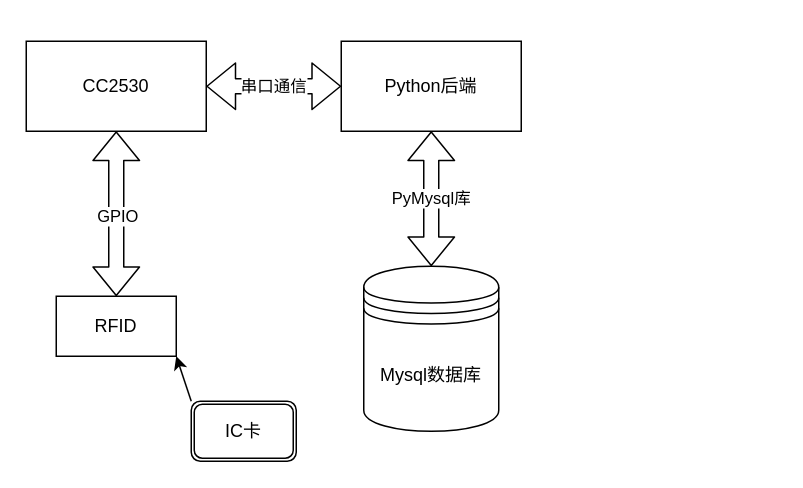
Before: Architecture_Diagram.drawio in Zilanlann/RFID-Toll-System, a draw.io diagram. Source tidied: cells renumbered, new cells numbered last; positions are measured from the earlier drawing's top-left corner, leaving out a move shared by most shapes. Both pictures are drawn from the tidied source at 150%, with x=0, y=0 at pixel (26, 40).
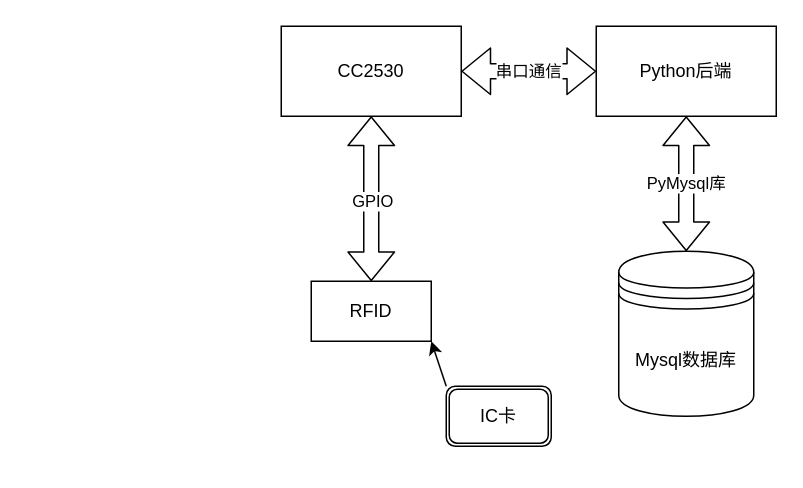
The same diagram, later.

Change to the diagram source:
```diff
@@
 <mxGraphModel>
   <root>
     <mxCell id="0" />
     <mxCell id="1" parent="0" />
+    <mxCell id="12" style="group;" parent="1" vertex="1">
+      <mxGeometry x="170" y="-10" width="330" height="280" as="geometry" />
+    </mxCell>
-    <mxCell id="2" value="Mysql数据库" style="shape=datastore;whiteSpace=wrap;html=1;" parent="1" vertex="1">
+    <mxCell id="2" value="Mysql数据库" style="shape=datastore;whiteSpace=wrap;html=1;" parent="12" vertex="1">
       <mxGeometry x="225" y="150" width="90" height="110" as="geometry" />
     </mxCell>
-    <mxCell id="3" value="CC2530" style="rounded=0;whiteSpace=wrap;html=1;" parent="1" vertex="1">
+    <mxCell id="3" value="CC2530" style="rounded=0;whiteSpace=wrap;html=1;" parent="12" vertex="1">
       <mxGeometry width="120" height="60" as="geometry" />
     </mxCell>
-    <mxCell id="4" value="Python后端" style="rounded=0;whiteSpace=wrap;html=1;" parent="1" vertex="1">
+    <mxCell id="4" value="Python后端" style="rounded=0;whiteSpace=wrap;html=1;" parent="12" vertex="1">
       <mxGeometry x="210" width="120" height="60" as="geometry" />
     </mxCell>
-    <mxCell id="5" value="串口通信" style="shape=flexArrow;endArrow=classic;startArrow=classic;html=1;exitX=1;exitY=0.5;exitDx=0;exitDy=0;entryX=0;entryY=0.5;entryDx=0;entryDy=0;" parent="1" edge="1" source="3" target="4">
+    <mxCell id="5" value="串口通信" style="shape=flexArrow;endArrow=classic;startArrow=classic;html=1;exitX=1;exitY=0.5;exitDx=0;exitDy=0;entryX=0;entryY=0.5;entryDx=0;entryDy=0;" parent="12" edge="1" source="3" target="4">
       <mxGeometry relative="1" as="geometry" />
     </mxCell>
-    <mxCell id="6" value="RFID" style="rounded=0;whiteSpace=wrap;html=1;" parent="1" vertex="1">
+    <mxCell id="6" value="RFID" style="rounded=0;whiteSpace=wrap;html=1;" parent="12" vertex="1">
       <mxGeometry x="20" y="170" width="80" height="40" as="geometry" />
     </mxCell>
-    <mxCell id="7" style="shape=flexArrow;endArrow=classic;startArrow=classic;html=1;entryX=0.5;entryY=1;entryDx=0;entryDy=0;exitX=0.5;exitY=0;exitDx=0;exitDy=0;" parent="1" edge="1" source="6" target="3">
+    <mxCell id="7" style="shape=flexArrow;endArrow=classic;startArrow=classic;html=1;entryX=0.5;entryY=1;entryDx=0;entryDy=0;exitX=0.5;exitY=0;exitDx=0;exitDy=0;" parent="12" edge="1" source="6" target="3">
       <mxGeometry relative="1" as="geometry" />
     </mxCell>
     <mxCell id="8" value="GPIO" style="edgeLabel;html=1;align=center;verticalAlign=middle;" parent="7" vertex="1">
       <mxGeometry x="-0.01" relative="1" as="geometry" />
     </mxCell>
-    <mxCell id="9" value="PyMysql库" style="shape=flexArrow;endArrow=classic;startArrow=classic;html=1;entryX=0.5;entryY=1;entryDx=0;entryDy=0;exitX=0.5;exitY=0;exitDx=0;exitDy=0;" parent="1" edge="1" source="2" target="4">
+    <mxCell id="9" value="PyMysql库" style="shape=flexArrow;endArrow=classic;startArrow=classic;html=1;entryX=0.5;entryY=1;entryDx=0;entryDy=0;exitX=0.5;exitY=0;exitDx=0;exitDy=0;" parent="12" edge="1" source="2" target="4">
       <mxGeometry relative="1" as="geometry" />
     </mxCell>
-    <mxCell id="10" style="edgeStyle=none;html=1;exitX=0;exitY=0;exitDx=0;exitDy=0;entryX=1;entryY=1;entryDx=0;entryDy=0;" parent="1" edge="1" source="11" target="6">
+    <mxCell id="10" style="edgeStyle=none;html=1;exitX=0;exitY=0;exitDx=0;exitDy=0;entryX=1;entryY=1;entryDx=0;entryDy=0;" parent="12" edge="1" source="11" target="6">
       <mxGeometry relative="1" as="geometry" />
     </mxCell>
-    <mxCell id="11" value="IC卡" style="shape=ext;double=1;rounded=1;whiteSpace=wrap;html=1;" parent="1" vertex="1">
+    <mxCell id="11" value="IC卡" style="shape=ext;double=1;rounded=1;whiteSpace=wrap;html=1;" parent="12" vertex="1">
       <mxGeometry x="110" y="240" width="70" height="40" as="geometry" />
     </mxCell>
   </root>
 </mxGraphModel>
```
